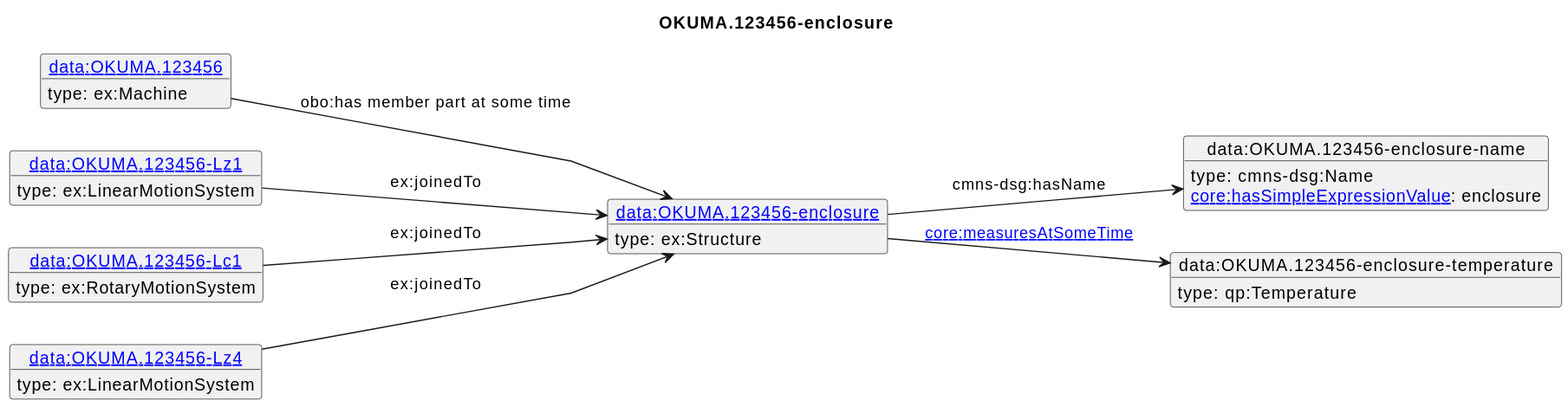
This is diagrams/OKUMA.123456-enclosure.svg from iofoundry/example-syseng-mtconnect, a PlantUML export, as it was before one commit. Its diagram source:
```plantuml
@startuml
skinparam linetype polyline
left to right direction
title OKUMA.123456-enclosure
object "[[./OKUMA.123456-enclosure.html data:OKUMA.123456-enclosure]]" as o1 {
 type: ex:Structure
}
object "data:OKUMA.123456-enclosure-name" as o2 {
 type: cmns-dsg:Name
}
object "data:OKUMA.123456-enclosure-temperature" as o3 {
 type: qp:Temperature
}
object "[[./OKUMA.123456.html data:OKUMA.123456]]" as o4 {
 type: ex:Machine
}
object "[[./OKUMA.123456-Lz1.html data:OKUMA.123456-Lz1]]" as o5 {
 type: ex:LinearMotionSystem
}
object "[[./OKUMA.123456-Lc1.html data:OKUMA.123456-Lc1]]" as o6 {
 type: ex:RotaryMotionSystem
}
object "[[./OKUMA.123456-Lz4.html data:OKUMA.123456-Lz4]]" as o7 {
 type: ex:LinearMotionSystem
}
o1 --> o2 : cmns-dsg:hasName
o2 : [[https://spec.industrialontologies.org/ontology/core/Core/hasSimpleExpressionValue core:hasSimpleExpressionValue]]: enclosure
o1 --> o3 : [[https://spec.industrialontologies.org/ontology/core/Core/measuresAtSomeTime core:measuresAtSomeTime]]
o4 --> o1 : obo:has member part at some time
o5 --> o1 : ex:joinedTo
o6 --> o1 : ex:joinedTo
o7 --> o1 : ex:joinedTo
@enduml
```
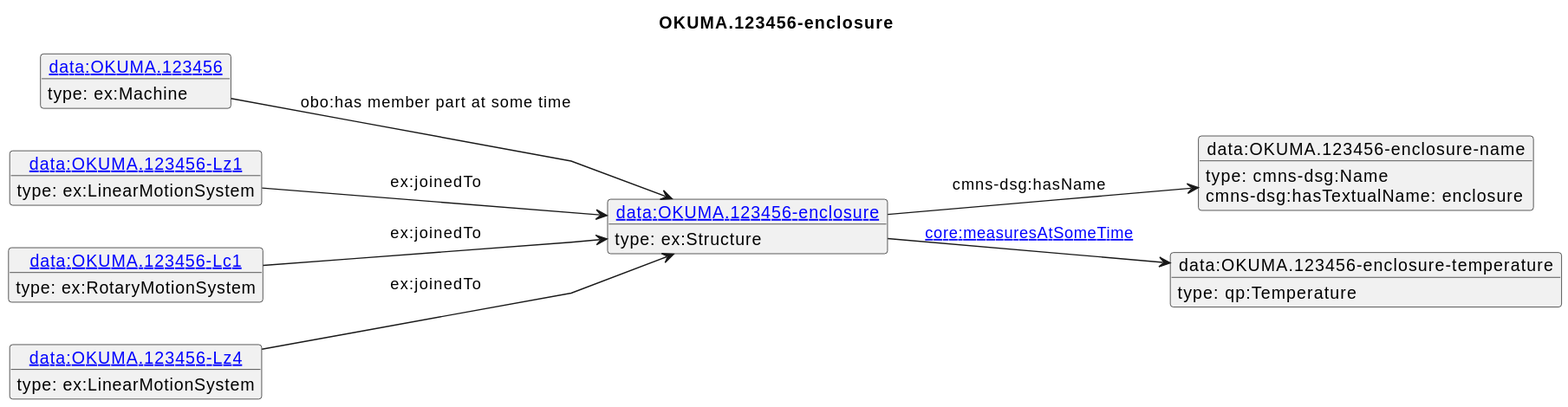
The same file after the commit.

What changed in the source:
```diff
@@ -24,7 +24,7 @@
  type: ex:LinearMotionSystem
 }
 o1 --> o2 : cmns-dsg:hasName
-o2 : [[https://spec.industrialontologies.org/ontology/core/Core/hasSimpleExpressionValue core:hasSimpleExpressionValue]]: enclosure
+o2 : cmns-dsg:hasTextualName: enclosure
 o1 --> o3 : [[https://spec.industrialontologies.org/ontology/core/Core/measuresAtSomeTime core:measuresAtSomeTime]]
 o4 --> o1 : obo:has member part at some time
 o5 --> o1 : ex:joinedTo
```
